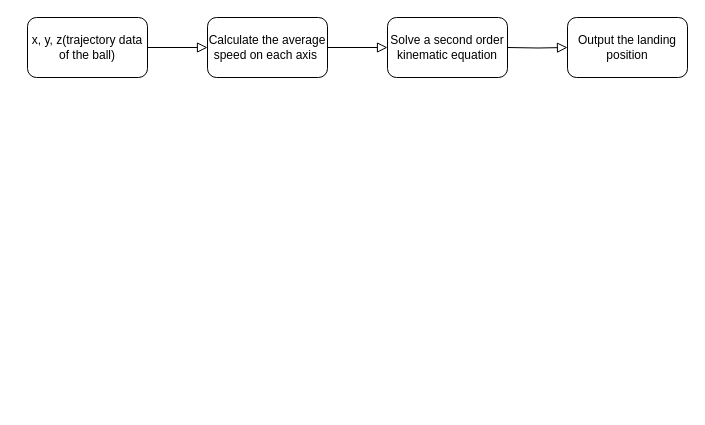
The draw.io diagram Untitled Diagram.drawio in tianruns/hello, before the edit. Source tidied: cells renumbered, new cells numbered last; positions are measured from the earlier drawing's top-left corner, leaving out a move shared by most shapes. Both pictures are drawn from the tidied source at 100%, with x=0, y=0 at pixel (27, 17).
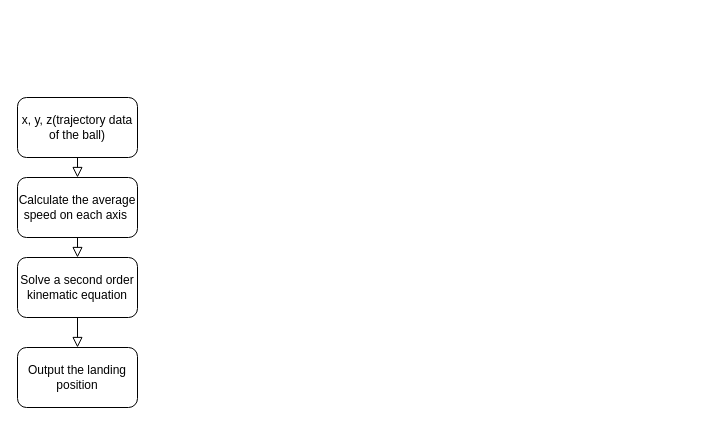
Above is the later version.

Commit message:
estimation method

The edit, as a diff of the source:
```diff
@@
 <mxGraphModel>
   <root>
     <mxCell id="0" />
     <mxCell id="1" parent="0" />
-    <mxCell id="2" style="rounded=0;html=1;jettySize=auto;fontSize=11;endArrow=block;endFill=0;endSize=8;strokeWidth=1;shadow=0;labelBackgroundColor=none;edgeStyle=orthogonalEdgeStyle;entryX=0;entryY=0.5;entryDx=0;entryDy=0;exitX=1;exitY=0.5;exitDx=0;exitDy=0;" parent="1" edge="1" source="8" target="3">
-      <mxGeometry relative="1" as="geometry" />
+    <mxCell id="2" style="rounded=0;html=1;jettySize=auto;fontSize=11;endArrow=block;endFill=0;endSize=8;strokeWidth=1;shadow=0;labelBackgroundColor=none;edgeStyle=orthogonalEdgeStyle;entryX=0.5;entryY=0;entryDx=0;entryDy=0;" parent="1" edge="1" target="3">
+      <mxGeometry relative="1" as="geometry">
+        <mxPoint x="50" y="140" as="sourcePoint" />
+      </mxGeometry>
     </mxCell>
     <mxCell id="3" value="Calculate the average speed on each axis&amp;nbsp;" style="rounded=1;whiteSpace=wrap;html=1;fontSize=12;glass=0;strokeWidth=1;shadow=0;" parent="1" vertex="1">
-      <mxGeometry x="180" width="120" height="60" as="geometry" />
+      <mxGeometry x="-10" y="160" width="120" height="60" as="geometry" />
     </mxCell>
     <mxCell id="4" value="Solve a second order kinematic equation" style="rounded=1;whiteSpace=wrap;html=1;fontSize=12;glass=0;strokeWidth=1;shadow=0;" parent="1" vertex="1">
-      <mxGeometry x="360" width="120" height="60" as="geometry" />
+      <mxGeometry x="-10" y="240" width="120" height="60" as="geometry" />
     </mxCell>
-    <mxCell id="5" style="rounded=0;html=1;jettySize=auto;fontSize=11;endArrow=block;endFill=0;endSize=8;strokeWidth=1;shadow=0;labelBackgroundColor=none;edgeStyle=orthogonalEdgeStyle;entryX=0;entryY=0.5;entryDx=0;entryDy=0;exitX=1;exitY=0.5;exitDx=0;exitDy=0;" parent="1" edge="1" source="3" target="4">
-      <mxGeometry relative="1" as="geometry" />
+    <mxCell id="5" style="rounded=0;html=1;jettySize=auto;fontSize=11;endArrow=block;endFill=0;endSize=8;strokeWidth=1;shadow=0;labelBackgroundColor=none;edgeStyle=orthogonalEdgeStyle;exitX=0.5;exitY=1;exitDx=0;exitDy=0;" parent="1" edge="1" source="3">
+      <mxGeometry relative="1" as="geometry">
+        <mxPoint x="50" y="240" as="targetPoint" />
+      </mxGeometry>
     </mxCell>
     <mxCell id="6" value="Output the landing position" style="rounded=1;whiteSpace=wrap;html=1;fontSize=12;glass=0;strokeWidth=1;shadow=0;" parent="1" vertex="1">
-      <mxGeometry x="540" width="120" height="60" as="geometry" />
+      <mxGeometry x="-10" y="330" width="120" height="60" as="geometry" />
     </mxCell>
-    <mxCell id="7" style="rounded=0;html=1;jettySize=auto;fontSize=11;endArrow=block;endFill=0;endSize=8;strokeWidth=1;shadow=0;labelBackgroundColor=none;edgeStyle=orthogonalEdgeStyle;entryX=0;entryY=0.5;entryDx=0;entryDy=0;" parent="1" edge="1" target="6">
-      <mxGeometry relative="1" as="geometry">
-        <mxPoint x="480" y="30" as="sourcePoint" />
-      </mxGeometry>
+    <mxCell id="7" style="rounded=0;html=1;jettySize=auto;fontSize=11;endArrow=block;endFill=0;endSize=8;strokeWidth=1;shadow=0;labelBackgroundColor=none;edgeStyle=orthogonalEdgeStyle;entryX=0.5;entryY=0;entryDx=0;entryDy=0;exitX=0.5;exitY=1;exitDx=0;exitDy=0;" parent="1" edge="1" source="4" target="6">
+      <mxGeometry relative="1" as="geometry" />
     </mxCell>
     <mxCell id="8" value="x, y, z(trajectory data of the ball)" style="rounded=1;whiteSpace=wrap;html=1;fontSize=12;glass=0;strokeWidth=1;shadow=0;" parent="1" vertex="1">
-      <mxGeometry width="120" height="60" as="geometry" />
+      <mxGeometry x="-10" y="80" width="120" height="60" as="geometry" />
     </mxCell>
   </root>
 </mxGraphModel>
```
